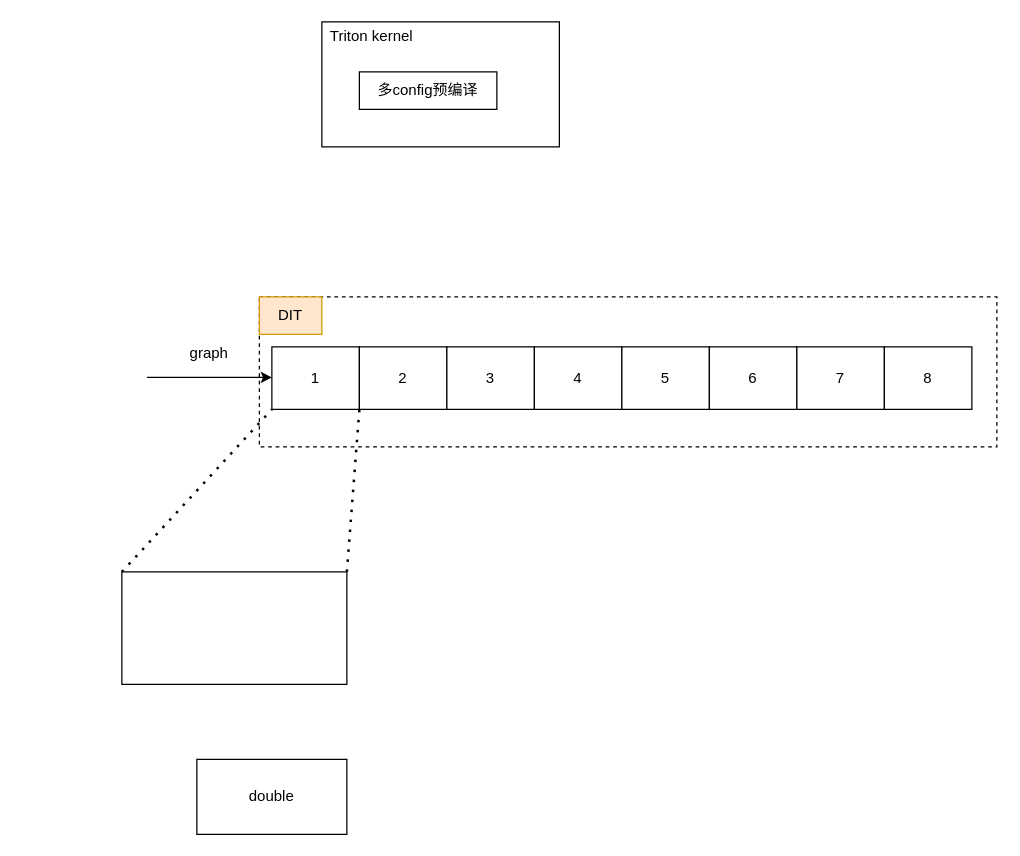
This is page "第 1 页" (1 of 3) of resouces/compile_youhua.drawio from mth-del/Ai_Infra, a draw.io file, before an edit. Source tidied: cells renumbered, new cells numbered last; positions are measured from the earlier drawing's top-left corner, leaving out a move shared by most shapes. Both pictures are drawn from the tidied source at 125%, with x=0, y=0 at pixel (121, 21).
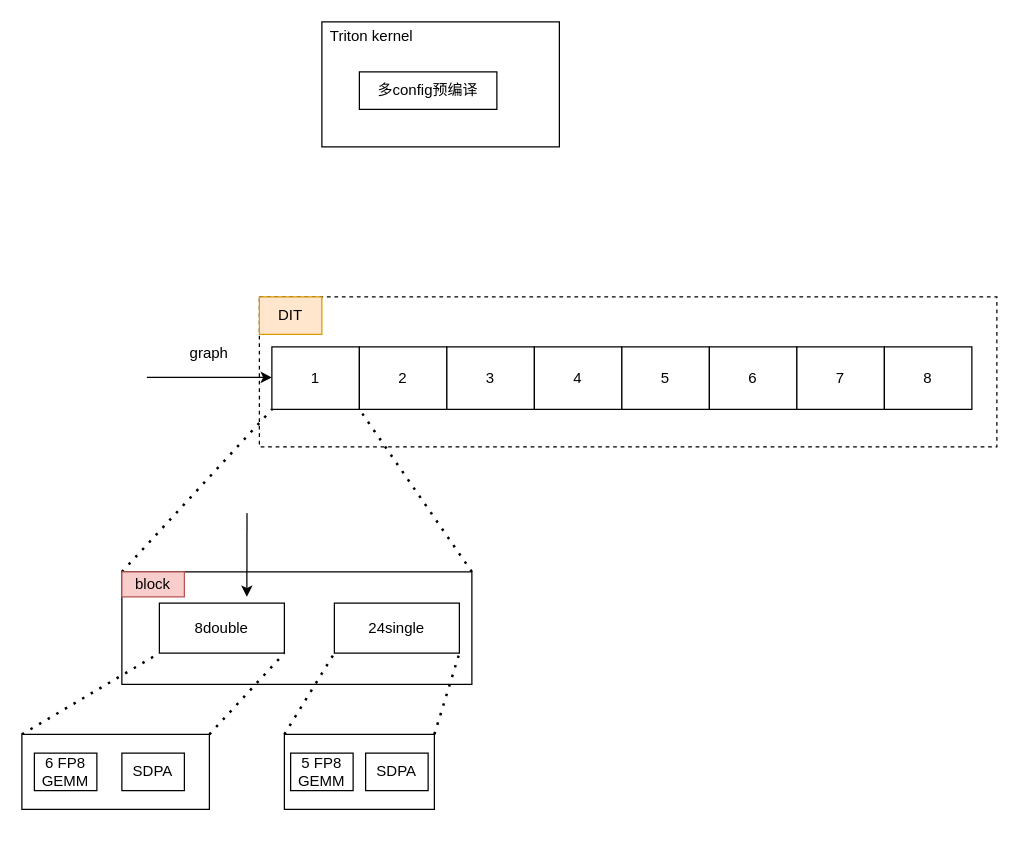
The same diagram, later.

Change to the diagram source:
```diff
@@
     <mxCell id="19" style="rounded=0;whiteSpace=wrap;html=1;" parent="1" vertex="1">
-      <mxGeometry y="440" width="180" height="90" as="geometry" />
+      <mxGeometry y="440" width="280" height="90" as="geometry" />
     </mxCell>
-    <mxCell id="20" value="double" style="rounded=0;whiteSpace=wrap;html=1;" parent="1" vertex="1">
-      <mxGeometry x="60" y="590" width="120" height="60" as="geometry" />
+    <mxCell id="20" value="8double" style="rounded=0;whiteSpace=wrap;html=1;" parent="1" vertex="1">
+      <mxGeometry x="30" y="465" width="100" height="40" as="geometry" />
     </mxCell>
+    <mxCell id="21" value="24single" style="rounded=0;whiteSpace=wrap;html=1;" parent="1" vertex="1">
+      <mxGeometry x="170" y="465" width="100" height="40" as="geometry" />
+    </mxCell>
+    <mxCell id="22" value="block" style="text;html=1;whiteSpace=wrap;strokeColor=#b85450;fillColor=#f8cecc;align=center;verticalAlign=middle;rounded=0;" parent="1" vertex="1">
+      <mxGeometry y="440" width="50" height="20" as="geometry" />
+    </mxCell>
+    <mxCell id="23" style="endArrow=classic;html=1;rounded=0;entryX=0.699;entryY=0.05;entryDx=0;entryDy=0;entryPerimeter=0;" parent="1" edge="1">
+      <mxGeometry relative="1" as="geometry">
+        <mxPoint x="100.1" y="393" as="sourcePoint" />
+        <mxPoint x="100" y="460" as="targetPoint" />
+      </mxGeometry>
+    </mxCell>
+    <mxCell id="24" style="endArrow=none;dashed=1;html=1;dashPattern=1 3;strokeWidth=2;rounded=0;entryX=0;entryY=1;entryDx=0;entryDy=0;exitX=0;exitY=0;exitDx=0;exitDy=0;" parent="1" edge="1" source="26" target="20">
+      <mxGeometry relative="1" as="geometry" />
+    </mxCell>
+    <mxCell id="25" style="endArrow=none;dashed=1;html=1;dashPattern=1 3;strokeWidth=2;rounded=0;entryX=1;entryY=1;entryDx=0;entryDy=0;exitX=1;exitY=0;exitDx=0;exitDy=0;" parent="1" edge="1" source="26" target="20">
+      <mxGeometry relative="1" as="geometry" />
+    </mxCell>
+    <mxCell id="26" style="rounded=0;whiteSpace=wrap;html=1;" parent="1" vertex="1">
+      <mxGeometry x="-80" y="570" width="150" height="60" as="geometry" />
+    </mxCell>
+    <mxCell id="27" style="endArrow=none;dashed=1;html=1;dashPattern=1 3;strokeWidth=2;rounded=0;entryX=0;entryY=1;entryDx=0;entryDy=0;exitX=0;exitY=0;exitDx=0;exitDy=0;" parent="1" edge="1" source="29" target="21">
+      <mxGeometry relative="1" as="geometry" />
+    </mxCell>
+    <mxCell id="28" style="endArrow=none;dashed=1;html=1;dashPattern=1 3;strokeWidth=2;rounded=0;entryX=1;entryY=1;entryDx=0;entryDy=0;exitX=1;exitY=0;exitDx=0;exitDy=0;" parent="1" edge="1" source="29" target="21">
+      <mxGeometry relative="1" as="geometry" />
+    </mxCell>
+    <mxCell id="29" style="rounded=0;whiteSpace=wrap;html=1;" parent="1" vertex="1">
+      <mxGeometry x="130" y="570" width="120" height="60" as="geometry" />
+    </mxCell>
+    <mxCell id="30" value="6 FP8 GEMM" style="rounded=0;whiteSpace=wrap;html=1;" parent="1" vertex="1">
+      <mxGeometry x="-70" y="585" width="50" height="30" as="geometry" />
+    </mxCell>
+    <mxCell id="31" value="SDPA" style="rounded=0;whiteSpace=wrap;html=1;" parent="1" vertex="1">
+      <mxGeometry y="585" width="50" height="30" as="geometry" />
+    </mxCell>
+    <mxCell id="32" value="5 FP8 GEMM" style="rounded=0;whiteSpace=wrap;html=1;" parent="1" vertex="1">
+      <mxGeometry x="135" y="585" width="50" height="30" as="geometry" />
+    </mxCell>
+    <mxCell id="33" value="SDPA" style="rounded=0;whiteSpace=wrap;html=1;" parent="1" vertex="1">
+      <mxGeometry x="195" y="585" width="50" height="30" as="geometry" />
+    </mxCell>
```
